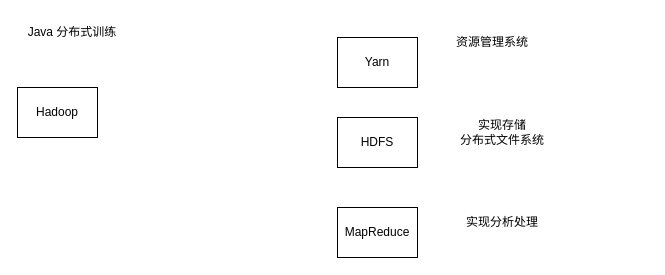
Above: Hadoop.drawio in 20000428/drawio (draw.io), before the change. Source tidied: cells renumbered, new cells numbered last; positions are measured from the earlier drawing's top-left corner, leaving out a move shared by most shapes. Both pictures are drawn from the tidied source at 100%, with x=0, y=0 at pixel (17, 17).
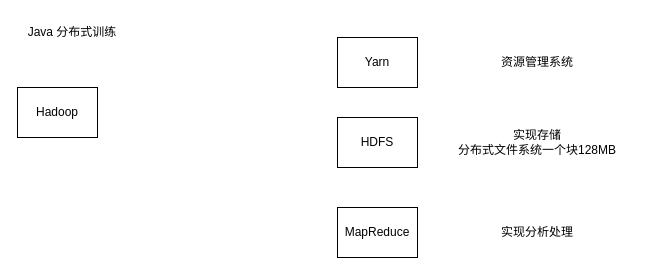
The same page after the edit.

The edit, as a diff of the source:
```diff
@@
 <mxGraphModel>
   <root>
     <mxCell id="0" />
     <mxCell id="1" parent="0" />
     <mxCell id="2" value="Java 分布式训练" style="text;html=1;whiteSpace=wrap;strokeColor=none;fillColor=none;align=center;verticalAlign=middle;rounded=0;" parent="1" vertex="1">
       <mxGeometry width="110" height="30" as="geometry" />
     </mxCell>
     <mxCell id="3" value="Hadoop" style="rounded=0;whiteSpace=wrap;html=1;" parent="1" vertex="1">
       <mxGeometry y="70" width="80" height="50" as="geometry" />
     </mxCell>
     <mxCell id="4" value="Yarn" style="rounded=0;whiteSpace=wrap;html=1;" parent="1" vertex="1">
       <mxGeometry x="320" y="20" width="80" height="50" as="geometry" />
     </mxCell>
     <mxCell id="5" value="HDFS" style="rounded=0;whiteSpace=wrap;html=1;" parent="1" vertex="1">
       <mxGeometry x="320" y="100" width="80" height="50" as="geometry" />
     </mxCell>
     <mxCell id="6" value="MapReduce" style="rounded=0;whiteSpace=wrap;html=1;" parent="1" vertex="1">
       <mxGeometry x="320" y="190" width="80" height="50" as="geometry" />
     </mxCell>
     <mxCell id="7" value="实现分析处理" style="text;html=1;whiteSpace=wrap;strokeColor=none;fillColor=none;align=center;verticalAlign=middle;rounded=0;" parent="1" vertex="1">
-      <mxGeometry x="430" y="190" width="110" height="30" as="geometry" />
+      <mxGeometry x="465" y="200" width="110" height="30" as="geometry" />
     </mxCell>
-    <mxCell id="8" value="实现存储&lt;div&gt;分布式文件系统&lt;/div&gt;" style="text;html=1;whiteSpace=wrap;strokeColor=none;fillColor=none;align=center;verticalAlign=middle;rounded=0;" parent="1" vertex="1">
-      <mxGeometry x="430" y="100" width="110" height="30" as="geometry" />
+    <mxCell id="8" value="实现存储&lt;div&gt;分布式文件系统一个块128MB&lt;/div&gt;" style="text;html=1;whiteSpace=wrap;strokeColor=none;fillColor=none;align=center;verticalAlign=middle;rounded=0;" parent="1" vertex="1">
+      <mxGeometry x="410" y="110" width="220" height="30" as="geometry" />
     </mxCell>
     <mxCell id="9" value="资源管理系统" style="text;html=1;whiteSpace=wrap;strokeColor=none;fillColor=none;align=center;verticalAlign=middle;rounded=0;" parent="1" vertex="1">
-      <mxGeometry x="420" y="10" width="110" height="30" as="geometry" />
+      <mxGeometry x="465" y="30" width="110" height="30" as="geometry" />
     </mxCell>
   </root>
 </mxGraphModel>
```
